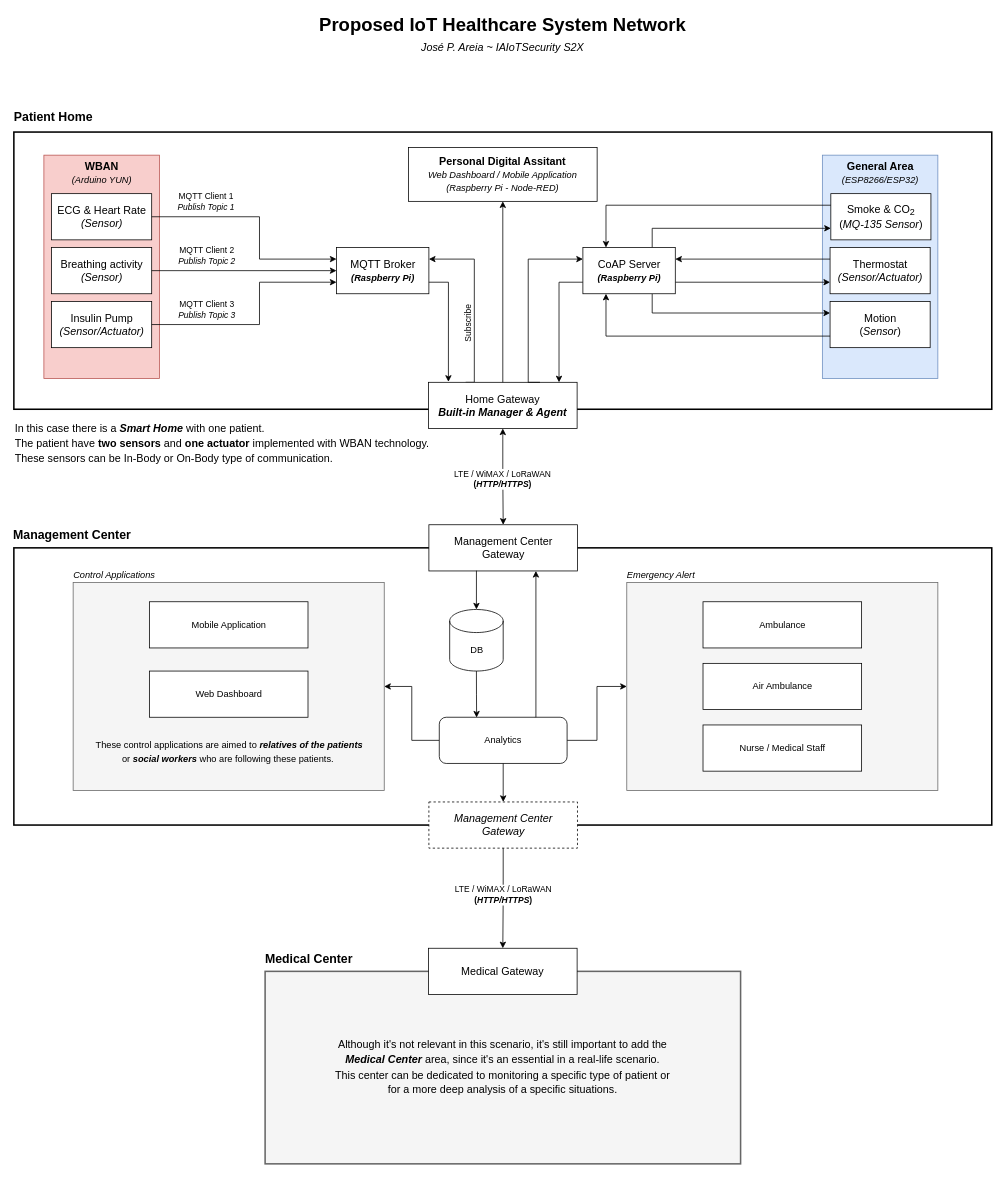
Before: Diagrams/Draw Originals/iaiotsecurity-s2x.drawio in CIIC-C-T-Polytechnic-of-Leiria/IA-IoT-Security-S2X, a draw.io diagram. Source tidied: cells renumbered, new cells numbered last; positions are measured from the earlier drawing's top-left corner, leaving out a move shared by most shapes. Both pictures are drawn from the tidied source at 77%, with x=0, y=0 at pixel (12, 13).
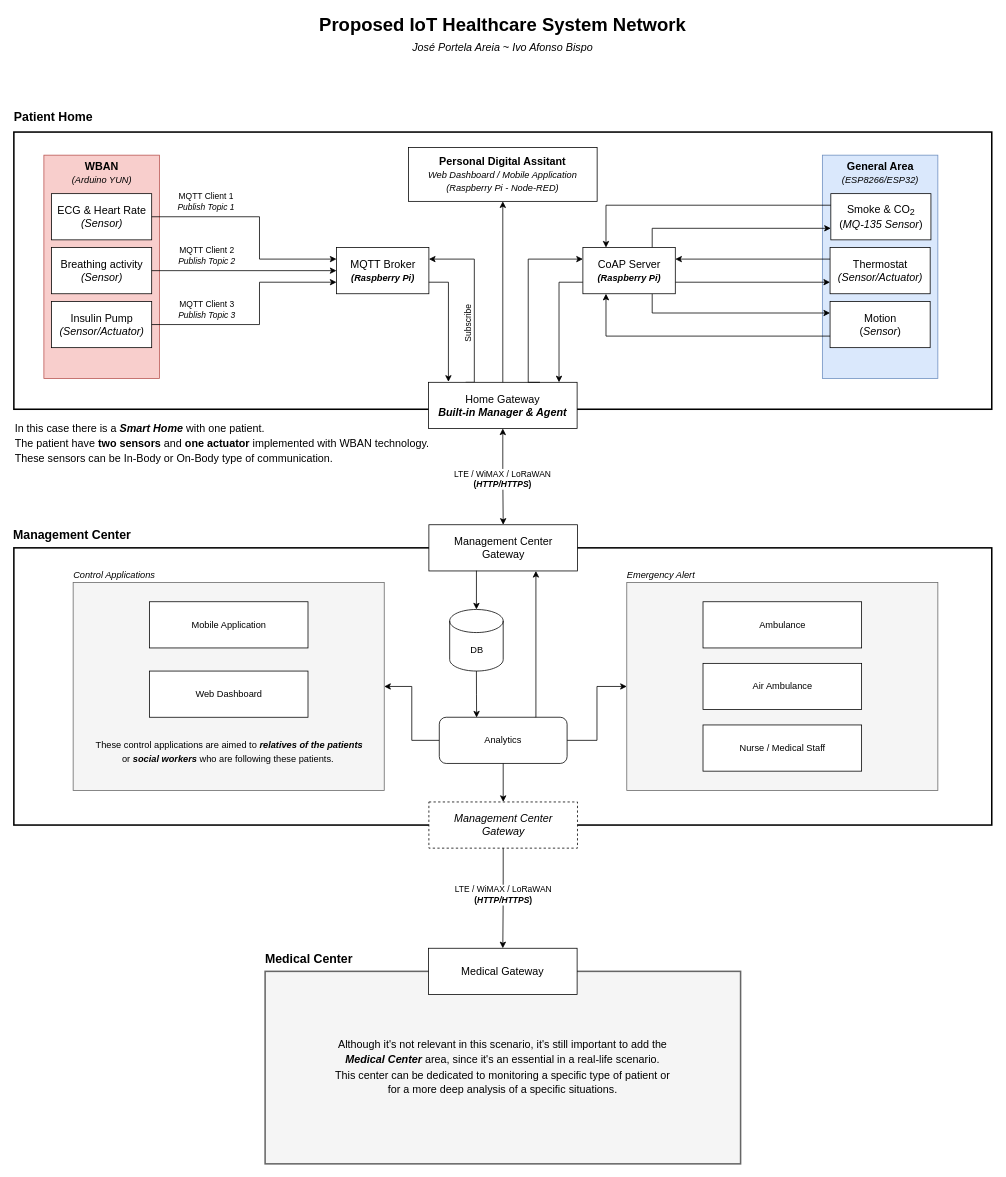
The same page after the edit.

Diff of the diagram source:
```diff
@@
     <mxCell id="2" style="group;" parent="1" vertex="1">
-      <mxGeometry x="391" width="490" height="54" as="geometry" />
+      <mxGeometry x="391" width="490" height="59" as="geometry" />
     </mxCell>
@@
-    <mxCell id="4" value="José P. Areia ~ IAIoTSecurity S2X" style="text;html=1;align=center;verticalAlign=middle;strokeColor=none;fillColor=none;fontStyle=2;fontSize=14;" parent="2" vertex="1">
-      <mxGeometry x="130" y="34" width="230" height="20" as="geometry" />
+    <mxCell id="4" value="José Portela Areia ~ Ivo Afonso Bispo" style="text;html=1;align=center;verticalAlign=middle;strokeColor=none;fillColor=none;fontStyle=2;fontSize=14;" parent="2" vertex="1">
+      <mxGeometry x="115" y="29" width="260" height="30" as="geometry" />
     </mxCell>
```
